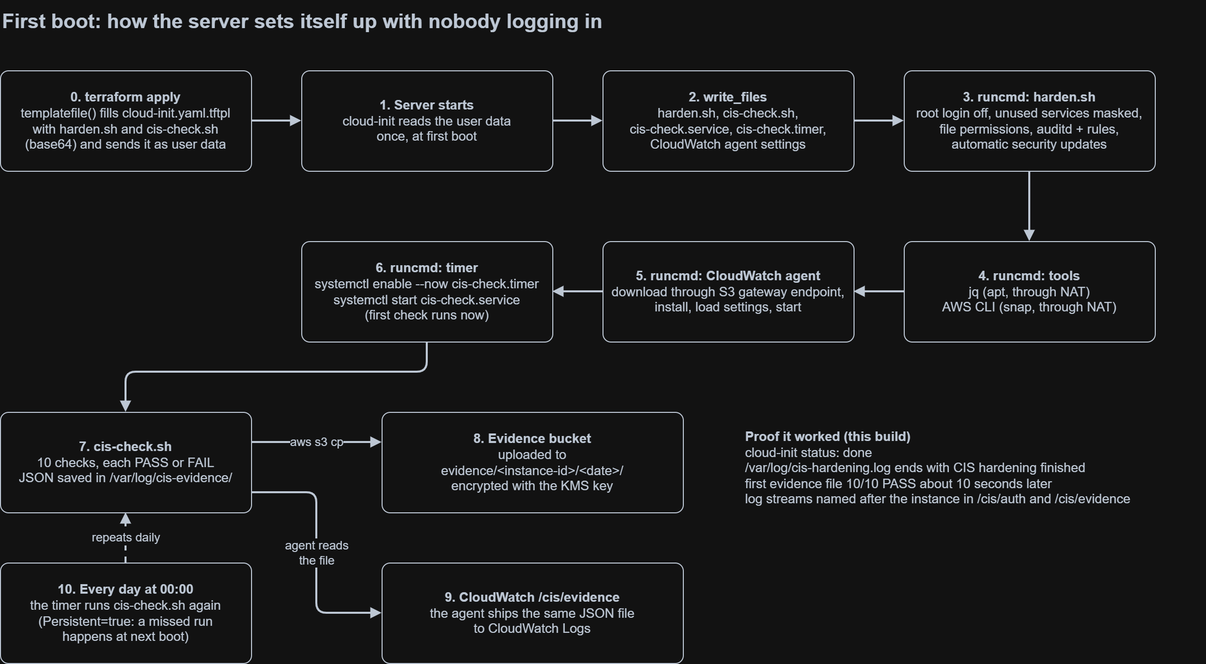
The draw.io diagram docs/first-boot.png in Obiku/cis-hardened-server, before a commit. Source tidied: cells renumbered, new cells last; positions are measured from the earlier drawing's top-left corner, leaving out a move shared by most shapes.
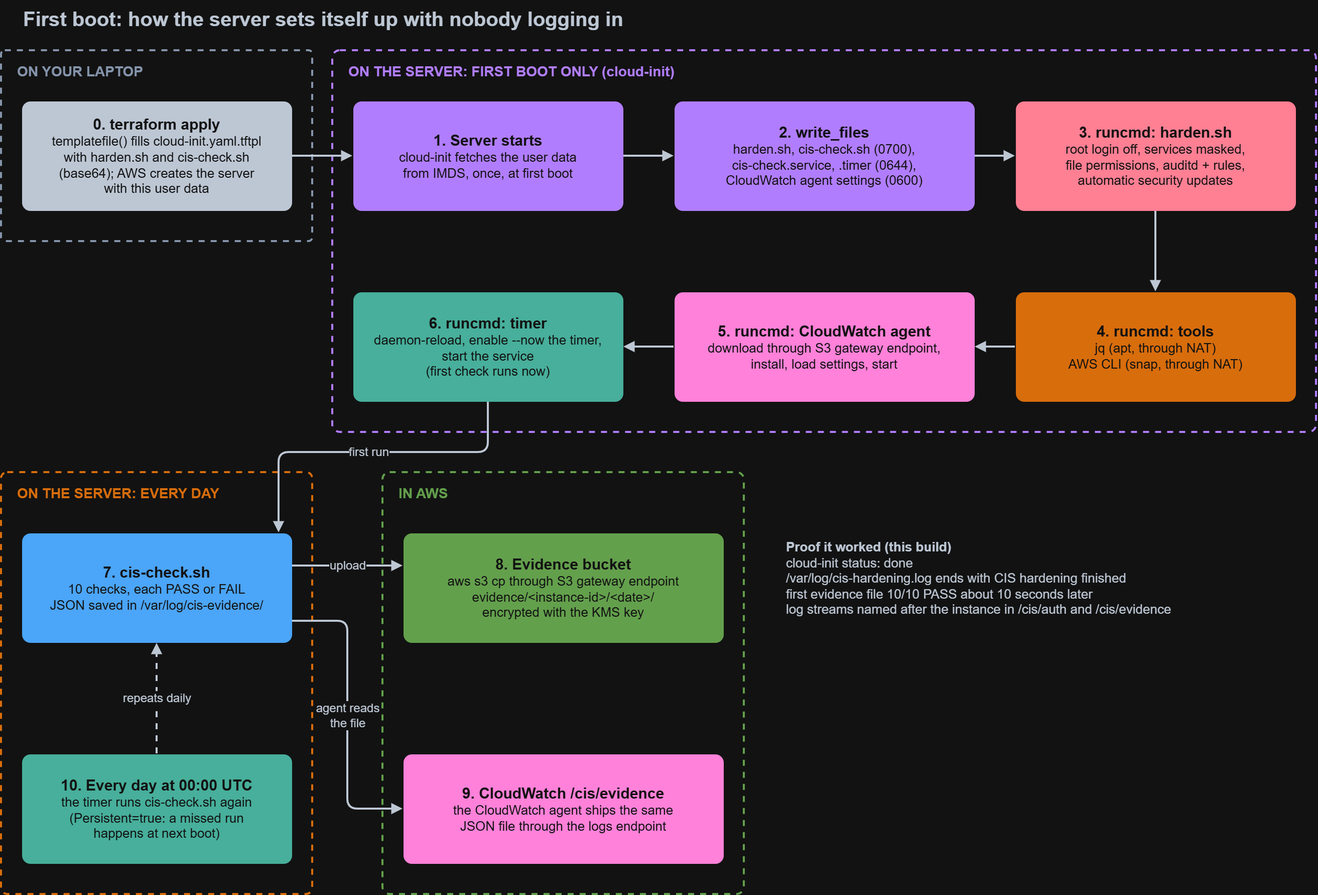
After the commit.

Commit message:
Redraw diagrams: security groups, build order with AWS resources, first boot zones

Diff of the diagram source:
```diff
@@ -3,83 +3,95 @@
     <mxCell id="0" />
     <mxCell id="1" parent="0" />
     <mxCell id="2" value="First boot: how the server sets itself up with nobody logging in" style="text;html=1;align=left;verticalAlign=middle;fontSize=20;fontStyle=1;fontColor=#232F3E;" parent="1" vertex="1">
-      <mxGeometry width="1000" height="40" as="geometry" />
+      <mxGeometry width="1200" height="36" as="geometry" />
     </mxCell>
-    <mxCell id="3" value="&lt;b&gt;0. terraform apply&lt;/b&gt;&lt;br&gt;templatefile() fills cloud-init.yaml.tftpl&lt;br&gt;with harden.sh and cis-check.sh&lt;br&gt;(base64) and sends it as user data" style="rounded=1;whiteSpace=wrap;html=1;fontSize=13;align=center;verticalAlign=middle;strokeColor=#232F3E;fillColor=#FFFFFF;fontColor=#232F3E;arcSize=8;" parent="1" vertex="1">
-      <mxGeometry y="70" width="250" height="100" as="geometry" />
+    <mxCell id="3" value="ON YOUR LAPTOP" style="rounded=1;arcSize=2;whiteSpace=wrap;html=1;align=left;verticalAlign=top;spacingLeft=14;spacingTop=6;fontSize=14;fontStyle=1;dashed=1;strokeWidth=2;fillColor=none;strokeColor=#5A6B86;fontColor=#5A6B86;" parent="1" vertex="1">
+      <mxGeometry x="-20" y="50" width="310" height="190" as="geometry" />
     </mxCell>
-    <mxCell id="4" value="&lt;b&gt;1. Server starts&lt;/b&gt;&lt;br&gt;cloud-init reads the user data&lt;br&gt;once, at first boot" style="rounded=1;whiteSpace=wrap;html=1;fontSize=13;align=center;verticalAlign=middle;strokeColor=#232F3E;fillColor=#FFFFFF;fontColor=#232F3E;arcSize=8;" parent="1" vertex="1">
-      <mxGeometry x="300" y="70" width="250" height="100" as="geometry" />
+    <mxCell id="4" value="ON THE SERVER: FIRST BOOT ONLY (cloud-init)" style="rounded=1;arcSize=2;whiteSpace=wrap;html=1;align=left;verticalAlign=top;spacingLeft=14;spacingTop=6;fontSize=14;fontStyle=1;dashed=1;strokeWidth=2;fillColor=none;strokeColor=#8C4FFF;fontColor=#8C4FFF;" parent="1" vertex="1">
+      <mxGeometry x="310" y="50" width="980" height="380" as="geometry" />
     </mxCell>
-    <mxCell id="5" value="&lt;b&gt;2. write_files&lt;/b&gt;&lt;br&gt;harden.sh, cis-check.sh,&lt;br&gt;cis-check.service, cis-check.timer,&lt;br&gt;CloudWatch agent settings" style="rounded=1;whiteSpace=wrap;html=1;fontSize=13;align=center;verticalAlign=middle;strokeColor=#232F3E;fillColor=#FFFFFF;fontColor=#232F3E;arcSize=8;" parent="1" vertex="1">
-      <mxGeometry x="600" y="70" width="250" height="100" as="geometry" />
+    <mxCell id="5" value="ON THE SERVER: EVERY DAY" style="rounded=1;arcSize=2;whiteSpace=wrap;html=1;align=left;verticalAlign=top;spacingLeft=14;spacingTop=6;fontSize=14;fontStyle=1;dashed=1;strokeWidth=2;fillColor=none;strokeColor=#ED7100;fontColor=#ED7100;" parent="1" vertex="1">
+      <mxGeometry x="-20" y="470" width="310" height="420" as="geometry" />
     </mxCell>
-    <mxCell id="6" value="&lt;b&gt;3. runcmd: harden.sh&lt;/b&gt;&lt;br&gt;root login off, unused services masked,&lt;br&gt;file permissions, auditd + rules,&lt;br&gt;automatic security updates" style="rounded=1;whiteSpace=wrap;html=1;fontSize=13;align=center;verticalAlign=middle;strokeColor=#232F3E;fillColor=#FFFFFF;fontColor=#232F3E;arcSize=8;" parent="1" vertex="1">
-      <mxGeometry x="900" y="70" width="250" height="100" as="geometry" />
+    <mxCell id="6" value="IN AWS" style="rounded=1;arcSize=2;whiteSpace=wrap;html=1;align=left;verticalAlign=top;spacingLeft=14;spacingTop=6;fontSize=14;fontStyle=1;dashed=1;strokeWidth=2;fillColor=none;strokeColor=#3F8624;fontColor=#3F8624;" parent="1" vertex="1">
+      <mxGeometry x="360" y="470" width="360" height="420" as="geometry" />
     </mxCell>
-    <mxCell id="7" value="&lt;b&gt;4. runcmd: tools&lt;/b&gt;&lt;br&gt;jq (apt, through NAT)&lt;br&gt;AWS CLI (snap, through NAT)" style="rounded=1;whiteSpace=wrap;html=1;fontSize=13;align=center;verticalAlign=middle;strokeColor=#232F3E;fillColor=#FFFFFF;fontColor=#232F3E;arcSize=8;" parent="1" vertex="1">
-      <mxGeometry x="900" y="240" width="250" height="100" as="geometry" />
+    <mxCell id="7" value="&lt;b style=&quot;font-size:15px;&quot;&gt;0. terraform apply&lt;/b&gt;&lt;br&gt;templatefile() fills cloud-init.yaml.tftpl&lt;br&gt;with harden.sh and cis-check.sh&lt;br&gt;(base64); AWS creates the server&lt;br&gt;with this user data" style="rounded=1;arcSize=8;whiteSpace=wrap;html=1;align=center;verticalAlign=middle;fontSize=13;fontColor=#FFFFFF;strokeColor=#FFFFFF;strokeWidth=1;fillColor=#232F3E;" parent="1" vertex="1">
+      <mxGeometry y="100" width="270" height="110" as="geometry" />
     </mxCell>
-    <mxCell id="8" value="&lt;b&gt;5. runcmd: CloudWatch agent&lt;/b&gt;&lt;br&gt;download through S3 gateway endpoint,&lt;br&gt;install, load settings, start" style="rounded=1;whiteSpace=wrap;html=1;fontSize=13;align=center;verticalAlign=middle;strokeColor=#232F3E;fillColor=#FFFFFF;fontColor=#232F3E;arcSize=8;" parent="1" vertex="1">
-      <mxGeometry x="600" y="240" width="250" height="100" as="geometry" />
+    <mxCell id="8" value="&lt;b style=&quot;font-size:15px;&quot;&gt;1. Server starts&lt;/b&gt;&lt;br&gt;cloud-init fetches the user data&lt;br&gt;from IMDS, once, at first boot" style="rounded=1;arcSize=8;whiteSpace=wrap;html=1;align=center;verticalAlign=middle;fontSize=13;fontColor=#FFFFFF;strokeColor=#FFFFFF;strokeWidth=1;fillColor=#8C4FFF;" parent="1" vertex="1">
+      <mxGeometry x="330" y="100" width="270" height="110" as="geometry" />
     </mxCell>
-    <mxCell id="9" value="&lt;b&gt;6. runcmd: timer&lt;/b&gt;&lt;br&gt;systemctl enable --now cis-check.timer&lt;br&gt;systemctl start cis-check.service&lt;br&gt;(first check runs now)" style="rounded=1;whiteSpace=wrap;html=1;fontSize=13;align=center;verticalAlign=middle;strokeColor=#232F3E;fillColor=#FFFFFF;fontColor=#232F3E;arcSize=8;" parent="1" vertex="1">
-      <mxGeometry x="300" y="240" width="250" height="100" as="geometry" />
+    <mxCell id="9" value="&lt;b style=&quot;font-size:15px;&quot;&gt;2. write_files&lt;/b&gt;&lt;br&gt;harden.sh, cis-check.sh (0700),&lt;br&gt;cis-check.service, .timer (0644),&lt;br&gt;CloudWatch agent settings (0600)" style="rounded=1;arcSize=8;whiteSpace=wrap;html=1;align=center;verticalAlign=middle;fontSize=13;fontColor=#FFFFFF;strokeColor=#FFFFFF;strokeWidth=1;fillColor=#8C4FFF;" parent="1" vertex="1">
+      <mxGeometry x="650" y="100" width="300" height="110" as="geometry" />
     </mxCell>
-    <mxCell id="10" value="&lt;b&gt;7. cis-check.sh&lt;/b&gt;&lt;br&gt;10 checks, each PASS or FAIL&lt;br&gt;JSON saved in /var/log/cis-evidence/" style="rounded=1;whiteSpace=wrap;html=1;fontSize=13;align=center;verticalAlign=middle;strokeColor=#232F3E;fillColor=#FFFFFF;fontColor=#232F3E;arcSize=8;" parent="1" vertex="1">
-      <mxGeometry y="410" width="250" height="100" as="geometry" />
+    <mxCell id="10" value="&lt;b style=&quot;font-size:15px;&quot;&gt;3. runcmd: harden.sh&lt;/b&gt;&lt;br&gt;root login off, services masked,&lt;br&gt;file permissions, auditd + rules,&lt;br&gt;automatic security updates" style="rounded=1;arcSize=8;whiteSpace=wrap;html=1;align=center;verticalAlign=middle;fontSize=13;fontColor=#FFFFFF;strokeColor=#FFFFFF;strokeWidth=1;fillColor=#DD344C;" parent="1" vertex="1">
+      <mxGeometry x="990" y="100" width="280" height="110" as="geometry" />
     </mxCell>
-    <mxCell id="11" value="&lt;b&gt;8. Evidence bucket&lt;/b&gt;&lt;br&gt;uploaded to&lt;br&gt;evidence/&amp;lt;instance-id&amp;gt;/&amp;lt;date&amp;gt;/&lt;br&gt;encrypted with the KMS key" style="rounded=1;whiteSpace=wrap;html=1;fontSize=13;align=center;verticalAlign=middle;strokeColor=#232F3E;fillColor=#FFFFFF;fontColor=#232F3E;arcSize=8;" parent="1" vertex="1">
-      <mxGeometry x="380" y="410" width="300" height="100" as="geometry" />
+    <mxCell id="11" value="&lt;b style=&quot;font-size:15px;&quot;&gt;4. runcmd: tools&lt;/b&gt;&lt;br&gt;jq (apt, through NAT)&lt;br&gt;AWS CLI (snap, through NAT)" style="rounded=1;arcSize=8;whiteSpace=wrap;html=1;align=center;verticalAlign=middle;fontSize=13;fontColor=#FFFFFF;strokeColor=#FFFFFF;strokeWidth=1;fillColor=#ED7100;" parent="1" vertex="1">
+      <mxGeometry x="990" y="290" width="280" height="110" as="geometry" />
     </mxCell>
-    <mxCell id="12" value="&lt;b&gt;9. CloudWatch /cis/evidence&lt;/b&gt;&lt;br&gt;the agent ships the same JSON file&lt;br&gt;to CloudWatch Logs" style="rounded=1;whiteSpace=wrap;html=1;fontSize=13;align=center;verticalAlign=middle;strokeColor=#232F3E;fillColor=#FFFFFF;fontColor=#232F3E;arcSize=8;" parent="1" vertex="1">
-      <mxGeometry x="380" y="560" width="300" height="100" as="geometry" />
+    <mxCell id="12" value="&lt;b style=&quot;font-size:15px;&quot;&gt;5. runcmd: CloudWatch agent&lt;/b&gt;&lt;br&gt;download through S3 gateway endpoint,&lt;br&gt;install, load settings, start" style="rounded=1;arcSize=8;whiteSpace=wrap;html=1;align=center;verticalAlign=middle;fontSize=13;fontColor=#FFFFFF;strokeColor=#FFFFFF;strokeWidth=1;fillColor=#E7157B;" parent="1" vertex="1">
+      <mxGeometry x="650" y="290" width="300" height="110" as="geometry" />
     </mxCell>
-    <mxCell id="13" value="&lt;b&gt;10. Every day at 00:00&lt;/b&gt;&lt;br&gt;the timer runs cis-check.sh again&lt;br&gt;(Persistent=true: a missed run&lt;br&gt;happens at next boot)" style="rounded=1;whiteSpace=wrap;html=1;fontSize=13;align=center;verticalAlign=middle;strokeColor=#232F3E;fillColor=#FFFFFF;fontColor=#232F3E;arcSize=8;" parent="1" vertex="1">
-      <mxGeometry y="560" width="250" height="100" as="geometry" />
+    <mxCell id="13" value="&lt;b style=&quot;font-size:15px;&quot;&gt;6. runcmd: timer&lt;/b&gt;&lt;br&gt;daemon-reload, enable --now the timer,&lt;br&gt;start the service&lt;br&gt;(first check runs now)" style="rounded=1;arcSize=8;whiteSpace=wrap;html=1;align=center;verticalAlign=middle;fontSize=13;fontColor=#FFFFFF;strokeColor=#FFFFFF;strokeWidth=1;fillColor=#067F68;" parent="1" vertex="1">
+      <mxGeometry x="330" y="290" width="270" height="110" as="geometry" />
     </mxCell>
-    <mxCell id="14" style="edgeStyle=orthogonalEdgeStyle;rounded=1;html=1;endArrow=block;endFill=1;strokeWidth=2;strokeColor=#232F3E;fontSize=12;fontColor=#232F3E;labelBackgroundColor=#FFFFFF;" parent="1" edge="1" source="3" target="4">
-      <mxGeometry relative="1" as="geometry" />
+    <mxCell id="14" value="&lt;b style=&quot;font-size:15px;&quot;&gt;7. cis-check.sh&lt;/b&gt;&lt;br&gt;10 checks, each PASS or FAIL&lt;br&gt;JSON saved in /var/log/cis-evidence/" style="rounded=1;arcSize=8;whiteSpace=wrap;html=1;align=center;verticalAlign=middle;fontSize=13;fontColor=#FFFFFF;strokeColor=#FFFFFF;strokeWidth=1;fillColor=#0972D3;" parent="1" vertex="1">
+      <mxGeometry y="530" width="270" height="110" as="geometry" />
     </mxCell>
-    <mxCell id="15" style="edgeStyle=orthogonalEdgeStyle;rounded=1;html=1;endArrow=block;endFill=1;strokeWidth=2;strokeColor=#232F3E;fontSize=12;fontColor=#232F3E;labelBackgroundColor=#FFFFFF;" parent="1" edge="1" source="4" target="5">
-      <mxGeometry relative="1" as="geometry" />
+    <mxCell id="15" value="&lt;b style=&quot;font-size:15px;&quot;&gt;10. Every day at 00:00 UTC&lt;/b&gt;&lt;br&gt;the timer runs cis-check.sh again&lt;br&gt;(Persistent=true: a missed run&lt;br&gt;happens at next boot)" style="rounded=1;arcSize=8;whiteSpace=wrap;html=1;align=center;verticalAlign=middle;fontSize=13;fontColor=#FFFFFF;strokeColor=#FFFFFF;strokeWidth=1;fillColor=#067F68;" parent="1" vertex="1">
+      <mxGeometry y="750" width="270" height="110" as="geometry" />
     </mxCell>
-    <mxCell id="16" style="edgeStyle=orthogonalEdgeStyle;rounded=1;html=1;endArrow=block;endFill=1;strokeWidth=2;strokeColor=#232F3E;fontSize=12;fontColor=#232F3E;labelBackgroundColor=#FFFFFF;" parent="1" edge="1" source="5" target="6">
-      <mxGeometry relative="1" as="geometry" />
+    <mxCell id="16" value="&lt;b style=&quot;font-size:15px;&quot;&gt;8. Evidence bucket&lt;/b&gt;&lt;br&gt;aws s3 cp through S3 gateway endpoint&lt;br&gt;evidence/&amp;lt;instance-id&amp;gt;/&amp;lt;date&amp;gt;/&lt;br&gt;encrypted with the KMS key" style="rounded=1;arcSize=8;whiteSpace=wrap;html=1;align=center;verticalAlign=middle;fontSize=13;fontColor=#FFFFFF;strokeColor=#FFFFFF;strokeWidth=1;fillColor=#3F8624;" parent="1" vertex="1">
+      <mxGeometry x="380" y="530" width="320" height="110" as="geometry" />
     </mxCell>
-    <mxCell id="17" style="edgeStyle=orthogonalEdgeStyle;rounded=1;html=1;endArrow=block;endFill=1;strokeWidth=2;strokeColor=#232F3E;fontSize=12;fontColor=#232F3E;labelBackgroundColor=#FFFFFF;exitX=0.5;exitY=1;entryX=0.5;entryY=0;" parent="1" edge="1" source="6" target="7">
-      <mxGeometry relative="1" as="geometry" />
+    <mxCell id="17" value="&lt;b style=&quot;font-size:15px;&quot;&gt;9. CloudWatch /cis/evidence&lt;/b&gt;&lt;br&gt;the CloudWatch agent ships the same&lt;br&gt;JSON file through the logs endpoint" style="rounded=1;arcSize=8;whiteSpace=wrap;html=1;align=center;verticalAlign=middle;fontSize=13;fontColor=#FFFFFF;strokeColor=#FFFFFF;strokeWidth=1;fillColor=#E7157B;" parent="1" vertex="1">
+      <mxGeometry x="380" y="750" width="320" height="110" as="geometry" />
     </mxCell>
-    <mxCell id="18" style="edgeStyle=orthogonalEdgeStyle;rounded=1;html=1;endArrow=block;endFill=1;strokeWidth=2;strokeColor=#232F3E;fontSize=12;fontColor=#232F3E;labelBackgroundColor=#FFFFFF;exitX=0;exitY=0.5;entryX=1;entryY=0.5;" parent="1" edge="1" source="7" target="8">
+    <mxCell id="18" style="edgeStyle=orthogonalEdgeStyle;rounded=1;html=1;endArrow=block;endFill=1;strokeWidth=2;strokeColor=#232F3E;fontSize=12;fontColor=#232F3E;labelBackgroundColor=#FFFFFF;" parent="1" edge="1" source="7" target="8">
       <mxGeometry relative="1" as="geometry" />
     </mxCell>
-    <mxCell id="19" style="edgeStyle=orthogonalEdgeStyle;rounded=1;html=1;endArrow=block;endFill=1;strokeWidth=2;strokeColor=#232F3E;fontSize=12;fontColor=#232F3E;labelBackgroundColor=#FFFFFF;exitX=0;exitY=0.5;entryX=1;entryY=0.5;" parent="1" edge="1" source="8" target="9">
+    <mxCell id="19" style="edgeStyle=orthogonalEdgeStyle;rounded=1;html=1;endArrow=block;endFill=1;strokeWidth=2;strokeColor=#232F3E;fontSize=12;fontColor=#232F3E;labelBackgroundColor=#FFFFFF;" parent="1" edge="1" source="8" target="9">
       <mxGeometry relative="1" as="geometry" />
     </mxCell>
-    <mxCell id="20" style="edgeStyle=orthogonalEdgeStyle;rounded=1;html=1;endArrow=block;endFill=1;strokeWidth=2;strokeColor=#232F3E;fontSize=12;fontColor=#232F3E;labelBackgroundColor=#FFFFFF;exitX=0.5;exitY=1;entryX=0.5;entryY=0;" parent="1" edge="1" source="9" target="10">
-      <mxGeometry relative="1" as="geometry">
-        <Array as="points">
-          <mxPoint x="425" y="370" />
-          <mxPoint x="125" y="370" />
-        </Array>
-      </mxGeometry>
+    <mxCell id="20" style="edgeStyle=orthogonalEdgeStyle;rounded=1;html=1;endArrow=block;endFill=1;strokeWidth=2;strokeColor=#232F3E;fontSize=12;fontColor=#232F3E;labelBackgroundColor=#FFFFFF;" parent="1" edge="1" source="9" target="10">
+      <mxGeometry relative="1" as="geometry" />
     </mxCell>
-    <mxCell id="21" value="aws s3 cp" style="edgeStyle=orthogonalEdgeStyle;rounded=1;html=1;endArrow=block;endFill=1;strokeWidth=2;strokeColor=#232F3E;fontSize=12;fontColor=#232F3E;labelBackgroundColor=#FFFFFF;exitX=1;exitY=0.3;entryX=0;entryY=0.3;" parent="1" edge="1" source="10" target="11">
+    <mxCell id="21" style="edgeStyle=orthogonalEdgeStyle;rounded=1;html=1;endArrow=block;endFill=1;strokeWidth=2;strokeColor=#232F3E;fontSize=12;fontColor=#232F3E;labelBackgroundColor=#FFFFFF;exitX=0.5;exitY=1;entryX=0.5;entryY=0;" parent="1" edge="1" source="10" target="11">
       <mxGeometry relative="1" as="geometry" />
     </mxCell>
-    <mxCell id="22" value="agent reads&lt;br&gt;the file" style="edgeStyle=orthogonalEdgeStyle;rounded=1;html=1;endArrow=block;endFill=1;strokeWidth=2;strokeColor=#232F3E;fontSize=12;fontColor=#232F3E;labelBackgroundColor=#FFFFFF;exitX=1;exitY=0.8;entryX=0;entryY=0.5;" parent="1" edge="1" source="10" target="12">
-      <mxGeometry relative="1" as="geometry">
-        <Array as="points">
-          <mxPoint x="315" y="490" />
-          <mxPoint x="315" y="610" />
-        </Array>
-      </mxGeometry>
+    <mxCell id="22" style="edgeStyle=orthogonalEdgeStyle;rounded=1;html=1;endArrow=block;endFill=1;strokeWidth=2;strokeColor=#232F3E;fontSize=12;fontColor=#232F3E;labelBackgroundColor=#FFFFFF;exitX=0;exitY=0.5;entryX=1;entryY=0.5;" parent="1" edge="1" source="11" target="12">
+      <mxGeometry relative="1" as="geometry" />
     </mxCell>
-    <mxCell id="23" value="repeats daily" style="edgeStyle=orthogonalEdgeStyle;rounded=1;html=1;endArrow=block;endFill=1;strokeWidth=2;strokeColor=#232F3E;fontSize=12;fontColor=#232F3E;labelBackgroundColor=#FFFFFF;dashed=1;exitX=0.5;exitY=0;entryX=0.5;entryY=1;" parent="1" edge="1" source="13" target="10">
+    <mxCell id="23" style="edgeStyle=orthogonalEdgeStyle;rounded=1;html=1;endArrow=block;endFill=1;strokeWidth=2;strokeColor=#232F3E;fontSize=12;fontColor=#232F3E;labelBackgroundColor=#FFFFFF;exitX=0;exitY=0.5;entryX=1;entryY=0.5;" parent="1" edge="1" source="12" target="13">
       <mxGeometry relative="1" as="geometry" />
     </mxCell>
-    <mxCell id="24" value="&lt;b&gt;Proof it worked (this build)&lt;/b&gt;&lt;br&gt;cloud-init status: done&lt;br&gt;/var/log/cis-hardening.log ends with CIS hardening finished&lt;br&gt;first evidence file 10/10 PASS about 10 seconds later&lt;br&gt;log streams named after the instance in /cis/auth and /cis/evidence" style="text;html=1;whiteSpace=wrap;align=left;verticalAlign=top;fontSize=13;fontColor=#232F3E;" parent="1" vertex="1">
-      <mxGeometry x="740" y="420" width="460" height="120" as="geometry" />
+    <mxCell id="24" value="first run" style="edgeStyle=orthogonalEdgeStyle;rounded=1;html=1;endArrow=block;endFill=1;strokeWidth=2;strokeColor=#232F3E;fontSize=12;fontColor=#232F3E;labelBackgroundColor=#FFFFFF;exitX=0.5;exitY=1;entryX=0.95;entryY=0;" parent="1" edge="1" source="13" target="14">
+      <mxGeometry relative="1" as="geometry">
+        <Array as="points">
+          <mxPoint x="465" y="450" />
+          <mxPoint x="256" y="450" />
+        </Array>
+      </mxGeometry>
     </mxCell>
+    <mxCell id="25" value="upload" style="edgeStyle=orthogonalEdgeStyle;rounded=1;html=1;endArrow=block;endFill=1;strokeWidth=2;strokeColor=#232F3E;fontSize=12;fontColor=#232F3E;labelBackgroundColor=#FFFFFF;exitX=1;exitY=0.3;entryX=0;entryY=0.3;" parent="1" edge="1" source="14" target="16">
+      <mxGeometry relative="1" as="geometry" />
+    </mxCell>
+    <mxCell id="26" value="agent reads&lt;br&gt;the file" style="edgeStyle=orthogonalEdgeStyle;rounded=1;html=1;endArrow=block;endFill=1;strokeWidth=2;strokeColor=#232F3E;fontSize=12;fontColor=#232F3E;labelBackgroundColor=#FFFFFF;exitX=1;exitY=0.8;entryX=0;entryY=0.5;" parent="1" edge="1" source="14" target="17">
+      <mxGeometry relative="1" as="geometry">
+        <Array as="points">
+          <mxPoint x="325" y="618" />
+          <mxPoint x="325" y="805" />
+        </Array>
+      </mxGeometry>
+    </mxCell>
+    <mxCell id="27" value="repeats daily" style="edgeStyle=orthogonalEdgeStyle;rounded=1;html=1;endArrow=block;endFill=1;strokeWidth=2;strokeColor=#232F3E;fontSize=12;fontColor=#232F3E;labelBackgroundColor=#FFFFFF;dashed=1;exitX=0.5;exitY=0;entryX=0.5;entryY=1;" parent="1" edge="1" source="15" target="14">
+      <mxGeometry relative="1" as="geometry" />
+    </mxCell>
+    <mxCell id="28" value="&lt;b&gt;Proof it worked (this build)&lt;/b&gt;&lt;br&gt;cloud-init status: done&lt;br&gt;/var/log/cis-hardening.log ends with CIS hardening finished&lt;br&gt;first evidence file 10/10 PASS about 10 seconds later&lt;br&gt;log streams named after the instance in /cis/auth and /cis/evidence" style="text;html=1;whiteSpace=wrap;align=left;verticalAlign=top;fontSize=13;fontColor=#232F3E;" parent="1" vertex="1">
+      <mxGeometry x="760" y="530" width="480" height="130" as="geometry" />
+    </mxCell>
   </root>
 </mxGraphModel>
```
